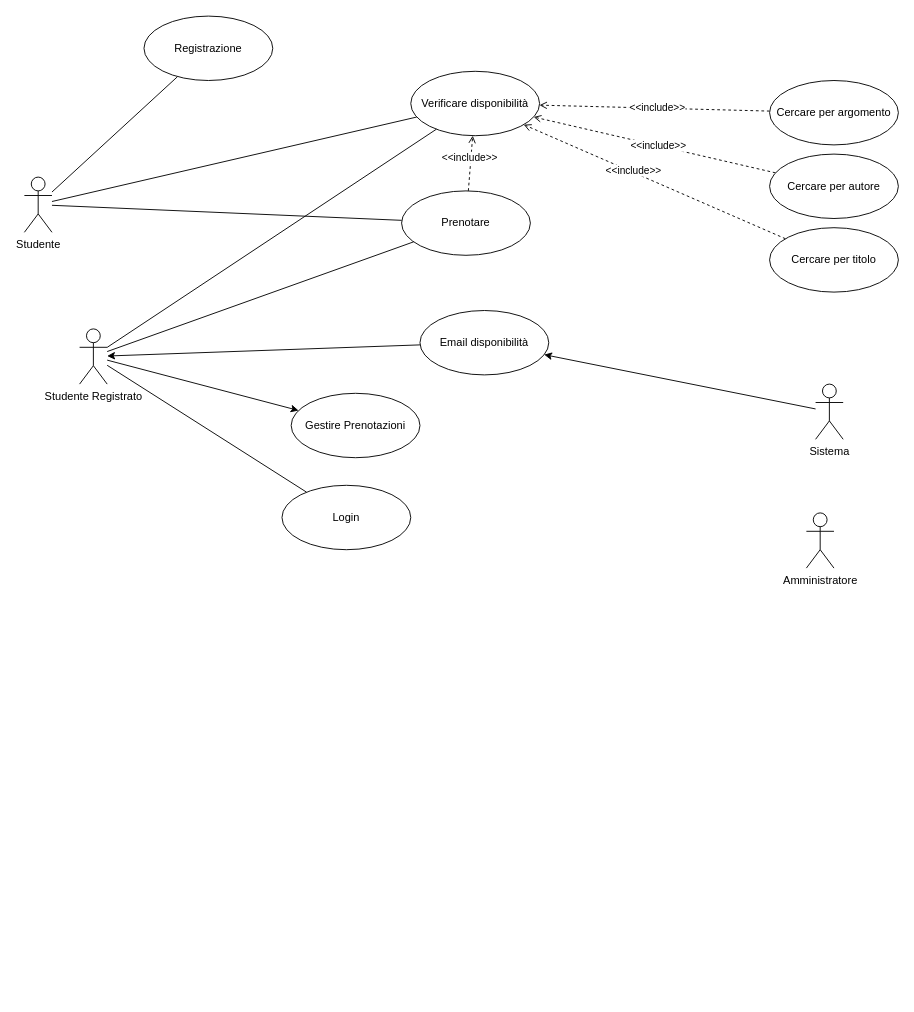
The draw.io diagram GestioneBiblioteca.drawio in HattyDoge/SnowWhite, before the edit. Source tidied: cells renumbered, new cells numbered last; positions are measured from the earlier drawing's top-left corner, leaving out a move shared by most shapes. Both pictures are drawn from the tidied source at 92%, with x=0, y=0 at pixel (24, 16).
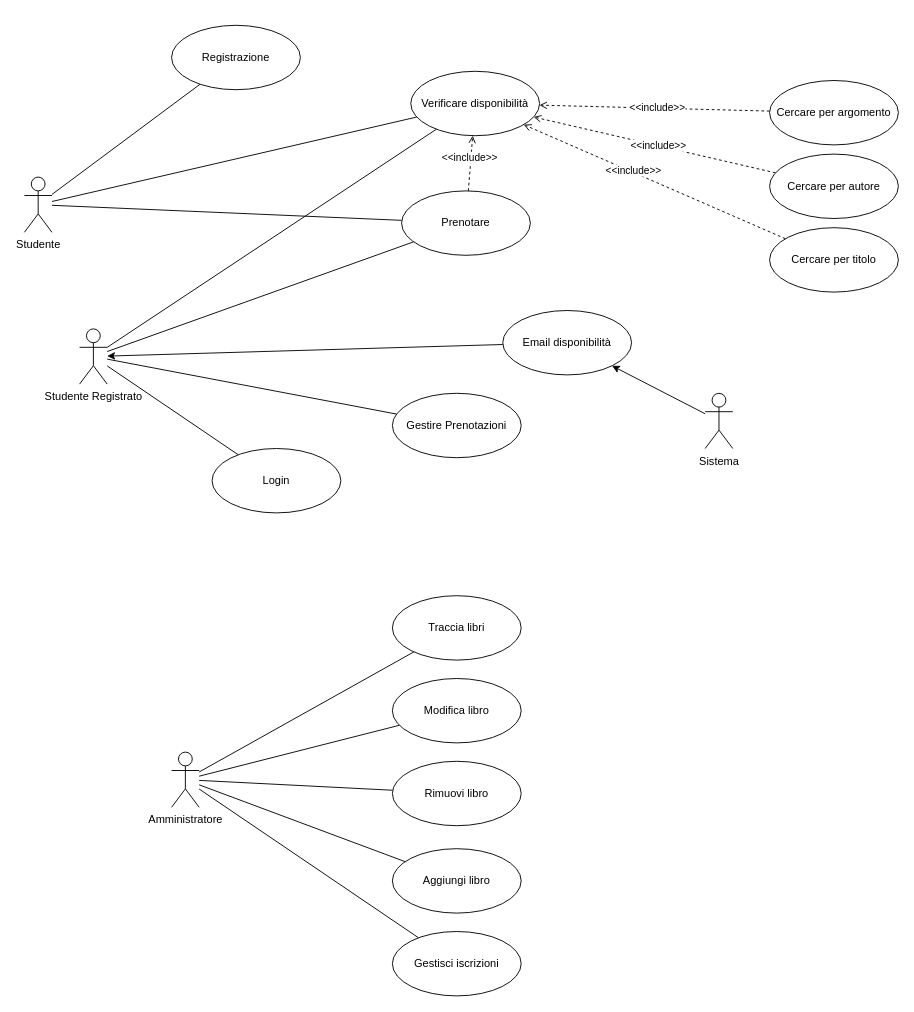
The same page after the edit.

The change refers to these unchanged cells:
```xml
<mxCell id="25" value="Studente Registrato" style="shape=umlActor;verticalLabelPosition=bottom;verticalAlign=top;html=1;" parent="1" vertex="1">
  <mxGeometry x="60" y="340" width="30" height="60" as="geometry" />
</mxCell>
```

The edit, as a diff of the source:
```diff
@@
+    <mxCell id="32" style="edgeStyle=none;rounded=0;jettySize=auto;html=1;endArrow=none;endFill=0;" parent="1" edge="1" source="7" target="40">
+      <mxGeometry relative="1" as="geometry" />
+    </mxCell>
+    <mxCell id="33" style="edgeStyle=none;rounded=0;jettySize=auto;html=1;endArrow=none;endFill=0;" parent="1" edge="1" source="7" target="39">
+      <mxGeometry relative="1" as="geometry" />
+    </mxCell>
+    <mxCell id="34" style="edgeStyle=none;rounded=0;jettySize=auto;html=1;endArrow=none;endFill=0;" parent="1" edge="1" source="7" target="38">
+      <mxGeometry relative="1" as="geometry" />
+    </mxCell>
+    <mxCell id="35" style="edgeStyle=none;rounded=0;jettySize=auto;html=1;endArrow=none;endFill=0;" parent="1" edge="1" source="7" target="37">
+      <mxGeometry relative="1" as="geometry" />
+    </mxCell>
+    <mxCell id="36" style="edgeStyle=none;rounded=0;jettySize=auto;html=1;endArrow=none;endFill=0;" parent="1" edge="1" source="7" target="41">
+      <mxGeometry relative="1" as="geometry" />
+    </mxCell>
     <mxCell id="7" value="Amministratore" style="shape=umlActor;verticalLabelPosition=bottom;verticalAlign=top;html=1;" parent="1" vertex="1">
-      <mxGeometry x="850" y="540" width="30" height="60" as="geometry" />
+      <mxGeometry x="160" y="800" width="30" height="60" as="geometry" />
     </mxCell>
@@
     <mxCell id="20" value="Registrazione" style="ellipse;whiteSpace=wrap;html=1;" parent="1" vertex="1">
-      <mxGeometry x="130" width="140" height="70" as="geometry" />
+      <mxGeometry x="160" y="10" width="140" height="70" as="geometry" />
     </mxCell>
@@
-    <mxCell id="24" style="edgeStyle=none;rounded=0;jettySize=auto;html=1;" parent="1" edge="1" source="25" target="27">
+    <mxCell id="24" style="edgeStyle=none;rounded=0;jettySize=auto;html=1;endArrow=none;endFill=0;" parent="1" edge="1" source="25" target="27">
       <mxGeometry relative="1" as="geometry" />
     </mxCell>
@@
     <mxCell id="26" value="Login" style="ellipse;whiteSpace=wrap;html=1;" parent="1" vertex="1">
-      <mxGeometry x="280" y="510" width="140" height="70" as="geometry" />
+      <mxGeometry x="204" y="470" width="140" height="70" as="geometry" />
     </mxCell>
     <mxCell id="27" value="Gestire Prenotazioni" style="ellipse;whiteSpace=wrap;html=1;" parent="1" vertex="1">
-      <mxGeometry x="290" y="410" width="140" height="70" as="geometry" />
+      <mxGeometry x="400" y="410" width="140" height="70" as="geometry" />
     </mxCell>
@@
     <mxCell id="29" value="Sistema" style="shape=umlActor;verticalLabelPosition=bottom;verticalAlign=top;html=1;" parent="1" vertex="1">
-      <mxGeometry x="860" y="400" width="30" height="60" as="geometry" />
+      <mxGeometry x="740" y="410" width="30" height="60" as="geometry" />
     </mxCell>
@@
     <mxCell id="31" value="Email disponibilità" style="ellipse;whiteSpace=wrap;html=1;" parent="1" vertex="1">
-      <mxGeometry x="430" y="320" width="140" height="70" as="geometry" />
+      <mxGeometry x="520" y="320" width="140" height="70" as="geometry" />
     </mxCell>
+    <mxCell id="37" value="Aggiungi libro" style="ellipse;whiteSpace=wrap;html=1;" parent="1" vertex="1">
+      <mxGeometry x="400" y="905" width="140" height="70" as="geometry" />
+    </mxCell>
+    <mxCell id="38" value="Modifica libro" style="ellipse;whiteSpace=wrap;html=1;" parent="1" vertex="1">
+      <mxGeometry x="400" y="720" width="140" height="70" as="geometry" />
+    </mxCell>
+    <mxCell id="39" value="Rimuovi libro" style="ellipse;whiteSpace=wrap;html=1;" parent="1" vertex="1">
+      <mxGeometry x="400" y="810" width="140" height="70" as="geometry" />
+    </mxCell>
+    <mxCell id="40" value="Traccia libri" style="ellipse;whiteSpace=wrap;html=1;" parent="1" vertex="1">
+      <mxGeometry x="400" y="630" width="140" height="70" as="geometry" />
+    </mxCell>
+    <mxCell id="41" value="Gestisci iscrizioni" style="ellipse;whiteSpace=wrap;html=1;" parent="1" vertex="1">
+      <mxGeometry x="400" y="995" width="140" height="70" as="geometry" />
+    </mxCell>
```
